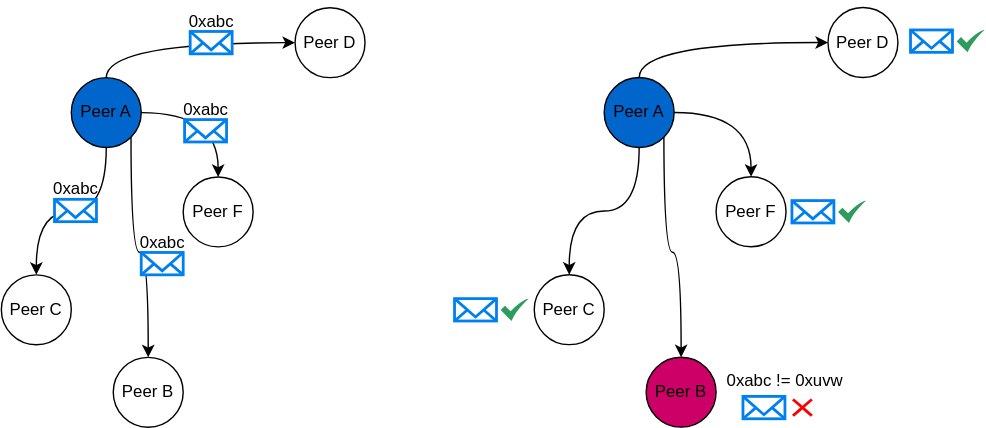
Before: docs/source/_static/set-recon-broadcast.svg, a diagram exported from draw.io (attestate/kiwistand). Source tidied: cells renumbered, new cells last; positions are measured from the earlier drawing's top-left corner, leaving out a move shared by most shapes.
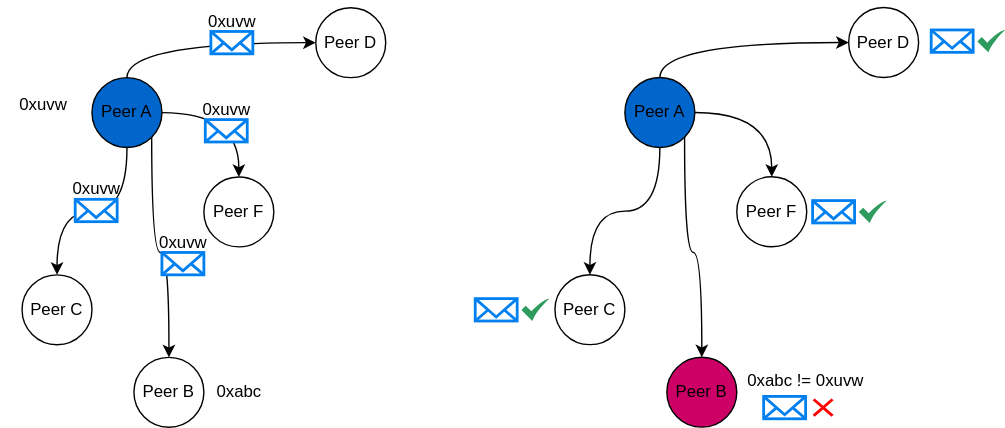
The same diagram one commit later.

Change to the diagram source:
```diff
@@ -41,16 +41,16 @@
     <mxCell id="14" style="html=1;verticalLabelPosition=bottom;align=center;labelBackgroundColor=#ffffff;verticalAlign=top;strokeWidth=2;strokeColor=#0080F0;shadow=0;dashed=0;shape=mxgraph.ios7.icons.mail;" parent="1" vertex="1">
       <mxGeometry x="131" y="85" width="30" height="16" as="geometry" />
     </mxCell>
-    <mxCell id="15" value="0xabc" style="text;html=1;align=center;verticalAlign=middle;strokeColor=none;fillColor=none;" parent="1" vertex="1">
+    <mxCell id="15" value="0xuvw" style="text;html=1;align=center;verticalAlign=middle;strokeColor=none;fillColor=none;" parent="1" vertex="1">
       <mxGeometry x="120" width="60" height="30" as="geometry" />
     </mxCell>
-    <mxCell id="16" value="0xabc" style="text;html=1;align=center;verticalAlign=middle;strokeColor=none;fillColor=none;" parent="1" vertex="1">
+    <mxCell id="16" value="0xuvw" style="text;html=1;align=center;verticalAlign=middle;strokeColor=none;fillColor=none;" parent="1" vertex="1">
       <mxGeometry x="116" y="63" width="60" height="30" as="geometry" />
     </mxCell>
-    <mxCell id="17" value="0xabc" style="text;html=1;align=center;verticalAlign=middle;strokeColor=none;fillColor=none;" parent="1" vertex="1">
+    <mxCell id="17" value="0xuvw" style="text;html=1;align=center;verticalAlign=middle;strokeColor=none;fillColor=none;" parent="1" vertex="1">
       <mxGeometry x="23" y="120" width="60" height="30" as="geometry" />
     </mxCell>
-    <mxCell id="18" value="0xabc" style="text;html=1;align=center;verticalAlign=middle;strokeColor=none;fillColor=none;" parent="1" vertex="1">
+    <mxCell id="18" value="0xuvw" style="text;html=1;align=center;verticalAlign=middle;strokeColor=none;fillColor=none;" parent="1" vertex="1">
       <mxGeometry x="85" y="158" width="60" height="30" as="geometry" />
     </mxCell>
     <mxCell id="19" style="edgeStyle=orthogonalEdgeStyle;rounded=0;jettySize=auto;html=1;exitX=0.5;exitY=1;exitDx=0;exitDy=0;entryX=0.5;entryY=0;entryDx=0;entryDy=0;curved=1;" parent="1" edge="1" source="23" target="25">
@@ -107,5 +107,11 @@
     <mxCell id="36" style="sketch=0;html=1;strokeColor=none;shadow=0;align=center;fillColor=#2D9C5E;verticalAlign=top;labelPosition=center;verticalLabelPosition=bottom;shape=mxgraph.gcp2.check;" parent="1" vertex="1">
       <mxGeometry x="683" y="20.9" width="20" height="16" as="geometry" />
     </mxCell>
+    <mxCell id="37" value="0xabc" style="text;html=1;align=center;verticalAlign=middle;strokeColor=none;fillColor=none;" parent="1" vertex="1">
+      <mxGeometry x="125" y="265" width="60" height="30" as="geometry" />
+    </mxCell>
+    <mxCell id="38" value="0xuvw" style="text;html=1;align=center;verticalAlign=middle;strokeColor=none;fillColor=none;" parent="1" vertex="1">
+      <mxGeometry x="-15" y="59.9" width="60" height="30" as="geometry" />
+    </mxCell>
   </root>
 </mxGraphModel>
```
